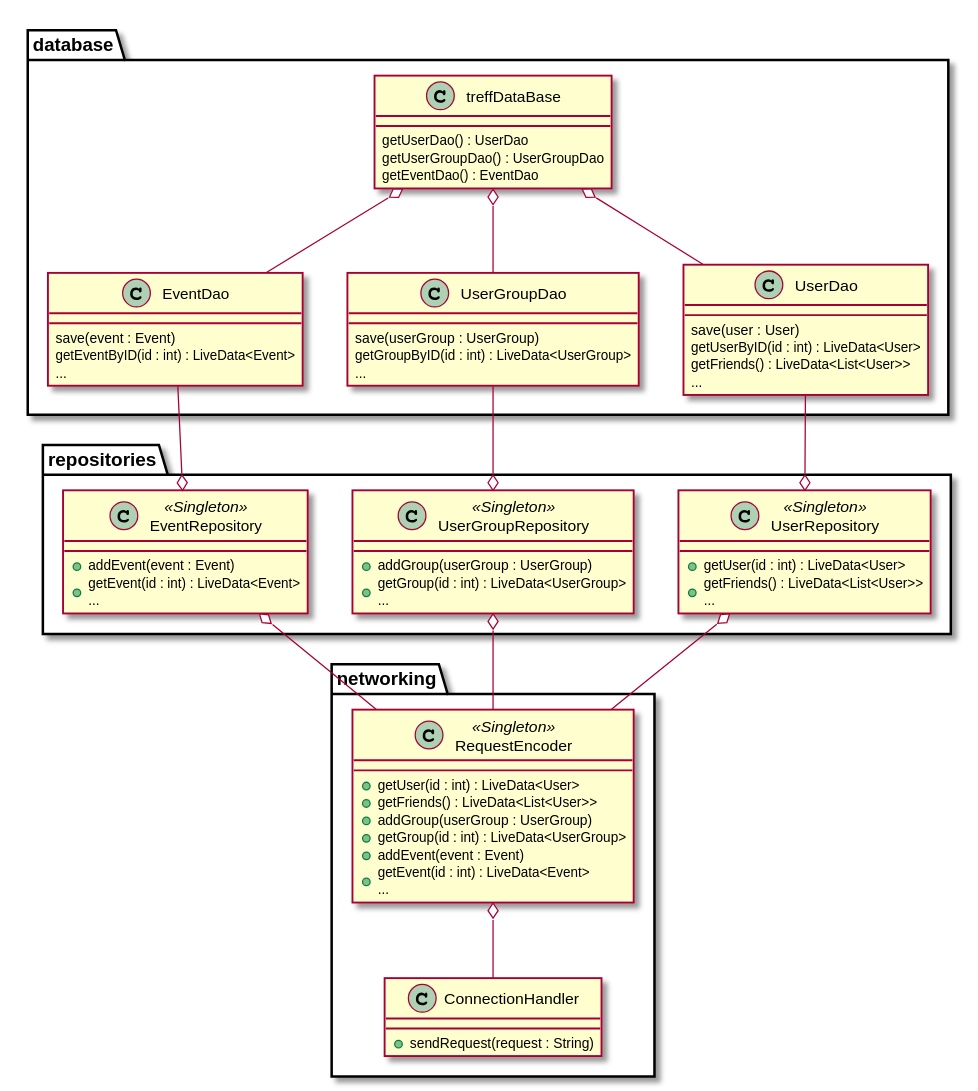
Before: entwurf/images/model.svg, a diagram exported from PlantUML (V0G3L/treff.). Its diagram source:
```plantuml
@startuml

package database {
    class "UserDao" as UD {
        save(user : User)
        getUserByID(id : int) : LiveData<User>
        getFriends() : LiveData<List<User>>\n...
    }
    class "UserGroupDao" as UGD {
        save(userGroup : UserGroup)
        getGroupByID(id : int) : LiveData<UserGroup>\n...
    }
    class "EventDao" as ED {
        save(event : Event)
        getEventByID(id : int) : LiveData<Event>\n...
    }
    class "treffDataBase" as DB {
        getUserDao() : UserDao
        getUserGroupDao() : UserGroupDao
        getEventDao() : EventDao
    }
}

package repositories {
    class "UserRepository" as UR <<Singleton>> {
        +getUser(id : int) : LiveData<User>
        +getFriends() : LiveData<List<User>>\n...
    }
    class "UserGroupRepository" as UGR <<Singleton>> {
        +addGroup(userGroup : UserGroup)
        +getGroup(id : int) : LiveData<UserGroup>\n...
    }
    class "EventRepository" as ER <<Singleton>> {
        +addEvent(event : Event)
        +getEvent(id : int) : LiveData<Event>\n...
    }
}

package networking {
    class "RequestEncoder" as RE <<Singleton>> {
        +getUser(id : int) : LiveData<User>
        +getFriends() : LiveData<List<User>>
        +addGroup(userGroup : UserGroup)
        +getGroup(id : int) : LiveData<UserGroup>
        +addEvent(event : Event)
        +getEvent(id : int) : LiveData<Event>\n...
    }
    class "ConnectionHandler" as CH {
        +sendRequest(request : String)
    }
}

UR o-up- UD
UGR o-up- UGD
ER o-up- ED

DB o-down- UD
DB o-down- UGD
DB o-down- ED

UR o-down- RE
UGR o-down- RE
ER o-down- RE

RE o-down- CH


@enduml
```
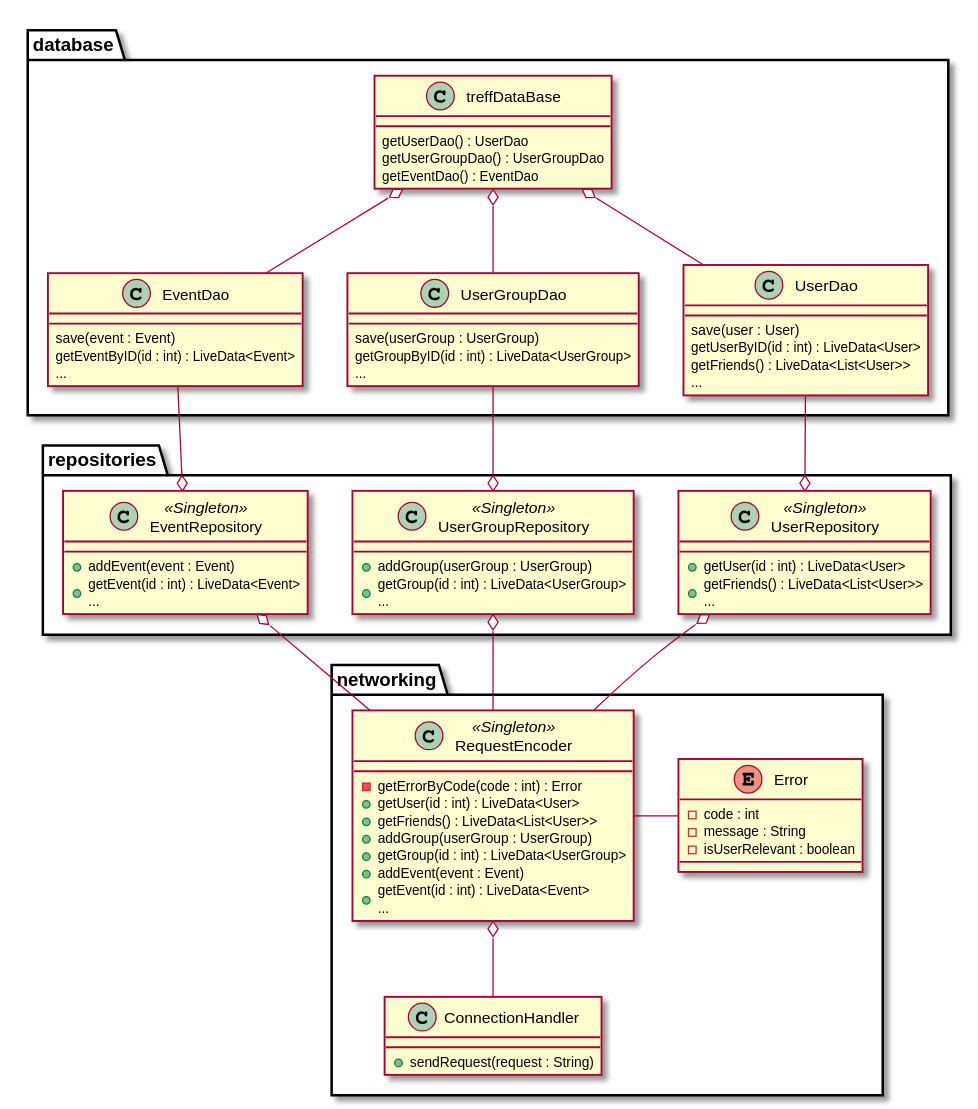
Later version of the same file.

Commit message:
Added Error handling in tex as well as code

What changed in the source:
```diff
@@ -37,7 +37,13 @@
 }
 
 package networking {
+    enum "Error" as E {
+        -code : int
+        -message : String
+        -isUserRelevant : boolean
+    }
     class "RequestEncoder" as RE <<Singleton>> {
+        -getErrorByCode(code : int) : Error
         +getUser(id : int) : LiveData<User>
         +getFriends() : LiveData<List<User>>
         +addGroup(userGroup : UserGroup)
@@ -63,6 +69,7 @@
 ER o-down- RE
 
 RE o-down- CH
+RE -right- E
 
 
 @enduml
```
